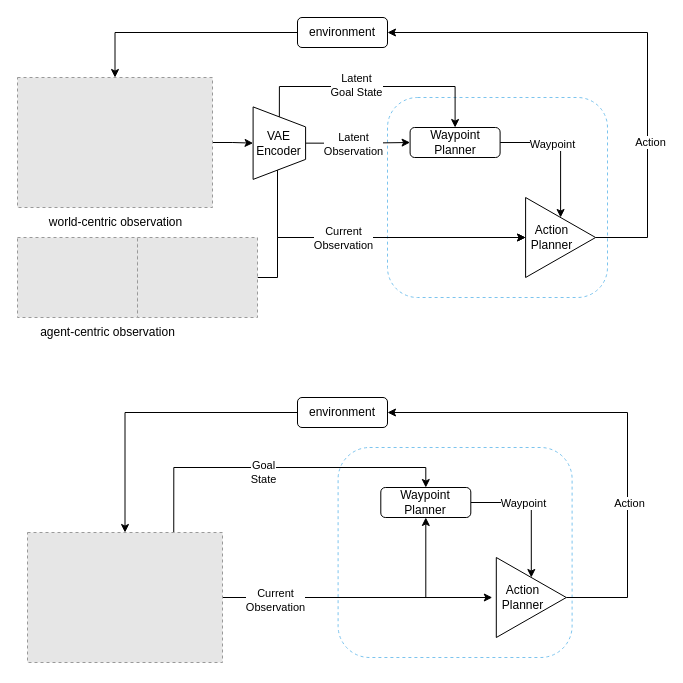
Earlier version of the draw.io diagram assets/latent_cfm.drawio (frankcholula/flow_planner). Source tidied: cells renumbered, new cells numbered last; positions are measured from the earlier drawing's top-left corner, leaving out a move shared by most shapes. Both pictures are drawn from the tidied source at 100%, with x=0, y=0 at pixel (17, 17). Pictures stored in the file or linked from it are replaced by grey dashed boxes.
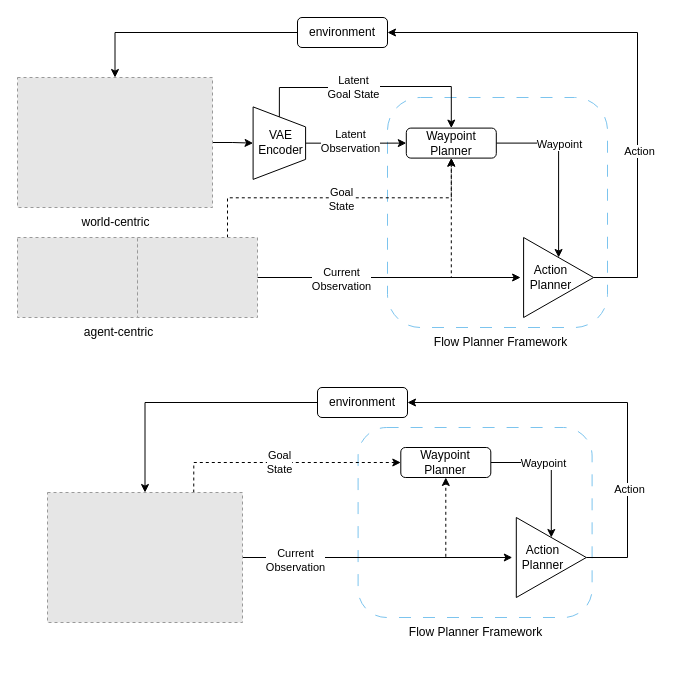
The same page after the edit.

Unchanged cells that the change refers to:
```xml
<mxCell id="6" value="environment" style="rounded=1;whiteSpace=wrap;html=1;" parent="1" vertex="1">
  <mxGeometry x="280" width="90" height="30" as="geometry" />
</mxCell>
<mxCell id="15" style="shape=trapezoid;perimeter=trapezoidPerimeter;whiteSpace=wrap;html=1;fixedSize=1;rotation=90;size=20;" parent="1" vertex="1">
  <mxGeometry x="225.6" y="99.4" width="72.5" height="52.5" as="geometry" />
</mxCell>
<mxCell id="24" style="fillColor=#E6E6E6;strokeColor=#999999;dashed=1;verticalLabelPosition=bottom;labelBackgroundColor=default;verticalAlign=top;" parent="1" vertex="1">
  <mxGeometry x="120" y="220" width="120" height="80" as="geometry" />
</mxCell>
```

What changed in the source:
```diff
@@
-    <mxCell id="2" style="rounded=1;whiteSpace=wrap;html=1;dashed=1;strokeColor=light-dark(#7CC4EE,#EDEDED);" parent="1" vertex="1">
-      <mxGeometry x="370" y="80" width="220" height="200" as="geometry" />
+    <mxCell id="2" style="rounded=1;whiteSpace=wrap;html=1;dashed=1;strokeColor=light-dark(#7CC4EE,#EDEDED);dashPattern=12 12;" parent="1" vertex="1">
+      <mxGeometry x="370" y="80" width="220" height="230" as="geometry" />
     </mxCell>
@@
     <mxCell id="7" style="edgeStyle=orthogonalEdgeStyle;rounded=0;jettySize=auto;html=1;exitX=1;exitY=0.5;exitDx=0;exitDy=0;entryX=1;entryY=0.5;entryDx=0;entryDy=0;" parent="1" edge="1" source="9" target="6">
       <mxGeometry relative="1" as="geometry">
         <Array as="points">
-          <mxPoint x="630" y="220" />
-          <mxPoint x="630" y="15" />
+          <mxPoint x="620" y="260" />
+          <mxPoint x="620" y="15" />
         </Array>
       </mxGeometry>
     </mxCell>
-    <mxCell id="8" value="Action" style="edgeLabel;html=1;align=center;verticalAlign=middle;" parent="7" vertex="1">
-      <mxGeometry x="-0.43" y="-2" relative="1" as="geometry" />
-    </mxCell>
+    <mxCell id="45" value="Action" style="edgeLabel;html=1;align=center;verticalAlign=middle;" parent="7" vertex="1">
+      <mxGeometry x="-0.37" y="-1" relative="1" as="geometry" />
+    </mxCell>
     <mxCell id="9" style="triangle;whiteSpace=wrap;html=1;" parent="1" vertex="1">
-      <mxGeometry x="508.1" y="180" width="70" height="80" as="geometry" />
+      <mxGeometry x="506.1" y="220" width="70" height="80" as="geometry" />
     </mxCell>
-    <mxCell id="10" style="edgeStyle=orthogonalEdgeStyle;rounded=0;jettySize=auto;html=1;exitX=0.5;exitY=0;exitDx=0;exitDy=0;" parent="1" edge="1" source="15" target="18">
-      <mxGeometry relative="1" as="geometry" />
-    </mxCell>
+    <mxCell id="46" style="edgeStyle=orthogonalEdgeStyle;rounded=0;jettySize=auto;html=1;exitX=0.5;exitY=0;exitDx=0;exitDy=0;" parent="1" edge="1" source="15" target="18">
+      <mxGeometry relative="1" as="geometry" />
+    </mxCell>
-    <mxCell id="11" value="Latent&lt;br&gt;Observation" style="edgeLabel;html=1;align=center;verticalAlign=middle;" parent="10" vertex="1">
-      <mxGeometry x="-0.11" y="-1" relative="1" as="geometry" />
+    <mxCell id="11" value="Latent&lt;br&gt;Observation" style="edgeLabel;html=1;align=center;verticalAlign=middle;" parent="46" vertex="1">
+      <mxGeometry x="-0.13" y="2" relative="1" as="geometry" />
     </mxCell>
-    <mxCell id="12" style="edgeStyle=orthogonalEdgeStyle;rounded=0;jettySize=auto;html=1;exitX=1;exitY=0.5;exitDx=0;exitDy=0;entryX=0;entryY=0.5;entryDx=0;entryDy=0;" parent="1" edge="1" source="15" target="9">
-      <mxGeometry relative="1" as="geometry">
-        <Array as="points">
-          <mxPoint x="260" y="152" />
-          <mxPoint x="260" y="220" />
-        </Array>
-      </mxGeometry>
-    </mxCell>
-    <mxCell id="13" style="edgeStyle=orthogonalEdgeStyle;rounded=0;jettySize=auto;html=1;exitX=0;exitY=0.5;exitDx=0;exitDy=0;entryX=0.5;entryY=0;entryDx=0;entryDy=0;" parent="1" edge="1" source="15" target="18">
-      <mxGeometry relative="1" as="geometry">
-        <Array as="points">
-          <mxPoint x="262" y="69" />
-          <mxPoint x="438" y="69" />
-        </Array>
-      </mxGeometry>
-    </mxCell>
+    <mxCell id="47" style="edgeStyle=orthogonalEdgeStyle;rounded=0;jettySize=auto;html=1;exitX=0;exitY=0.5;exitDx=0;exitDy=0;entryX=0.5;entryY=0;entryDx=0;entryDy=0;" parent="1" edge="1" source="15" target="18">
+      <mxGeometry relative="1" as="geometry">
+        <Array as="points">
+          <mxPoint x="262" y="70" />
+          <mxPoint x="338" y="70" />
+          <mxPoint x="338" y="69" />
+          <mxPoint x="434" y="69" />
+        </Array>
+      </mxGeometry>
+    </mxCell>
-    <mxCell id="14" value="Latent&lt;br&gt;Goal State" style="edgeLabel;html=1;align=center;verticalAlign=middle;" parent="13" vertex="1">
-      <mxGeometry x="-0.13" y="2" relative="1" as="geometry" />
+    <mxCell id="14" value="Latent&lt;br&gt;Goal State" style="edgeLabel;html=1;align=center;verticalAlign=middle;" parent="47" vertex="1">
+      <mxGeometry x="-0.13" y="3" relative="1" as="geometry" />
     </mxCell>
@@
     <mxCell id="18" value="Waypoint Planner" style="rounded=1;whiteSpace=wrap;html=1;" parent="1" vertex="1">
-      <mxGeometry x="392.6" y="110" width="90" height="30" as="geometry" />
+      <mxGeometry x="388.8" y="110.6" width="90" height="30" as="geometry" />
     </mxCell>
     <mxCell id="19" value="VAE&lt;br&gt;Encoder" style="text;html=1;align=center;verticalAlign=middle;strokeColor=none;fillColor=none;" parent="1" vertex="1">
-      <mxGeometry x="225.6" y="105.6" width="70" height="40" as="geometry" />
+      <mxGeometry x="228.1" y="105" width="70" height="40" as="geometry" />
     </mxCell>
-    <mxCell id="20" value="world-centric observation" style="text;html=1;align=center;verticalAlign=middle;strokeColor=none;fillColor=none;" parent="1" vertex="1">
-      <mxGeometry x="17.5" y="190" width="160" height="30" as="geometry" />
+    <mxCell id="20" value="world-centric" style="text;html=1;align=center;verticalAlign=middle;strokeColor=none;fillColor=none;" parent="1" vertex="1">
+      <mxGeometry x="52.5" y="190" width="90" height="30" as="geometry" />
     </mxCell>
@@
-    <mxCell id="22" style="edgeStyle=orthogonalEdgeStyle;rounded=0;jettySize=auto;html=1;exitX=1;exitY=0.5;exitDx=0;exitDy=0;entryX=0;entryY=0.5;entryDx=0;entryDy=0;" parent="1" edge="1" source="24" target="9">
-      <mxGeometry relative="1" as="geometry">
-        <Array as="points">
-          <mxPoint x="260" y="260" />
-          <mxPoint x="260" y="220" />
-        </Array>
-      </mxGeometry>
-    </mxCell>
+    <mxCell id="48" style="edgeStyle=orthogonalEdgeStyle;rounded=0;jettySize=auto;html=1;exitX=0.75;exitY=0;exitDx=0;exitDy=0;entryX=0.5;entryY=1;entryDx=0;entryDy=0;dashed=1;" parent="1" edge="1" source="24" target="18">
+      <mxGeometry relative="1" as="geometry" />
+    </mxCell>
+    <mxCell id="49" value="Goal&lt;br&gt;State" style="edgeLabel;html=1;align=center;verticalAlign=middle;" parent="48" vertex="1">
+      <mxGeometry x="0.01" y="-1" relative="1" as="geometry" />
+    </mxCell>
+    <mxCell id="50" style="edgeStyle=orthogonalEdgeStyle;rounded=0;jettySize=auto;html=1;exitX=1;exitY=0.5;exitDx=0;exitDy=0;dashed=1;" parent="1" edge="1" source="24" target="18">
+      <mxGeometry relative="1" as="geometry" />
+    </mxCell>
+    <mxCell id="51" style="edgeStyle=orthogonalEdgeStyle;rounded=0;jettySize=auto;html=1;exitX=1;exitY=0.5;exitDx=0;exitDy=0;" parent="1" edge="1" source="24" target="26">
+      <mxGeometry relative="1" as="geometry" />
+    </mxCell>
-    <mxCell id="23" value="Current&lt;br&gt;Observation" style="edgeLabel;html=1;align=center;verticalAlign=middle;" parent="22" vertex="1">
-      <mxGeometry x="0.26" relative="1" as="geometry">
-        <mxPoint x="-69" as="offset" />
-      </mxGeometry>
+    <mxCell id="23" value="Current&lt;br&gt;Observation" style="edgeLabel;html=1;align=center;verticalAlign=middle;" parent="51" vertex="1">
+      <mxGeometry x="-0.37" y="-1" relative="1" as="geometry" />
     </mxCell>
@@
-    <mxCell id="25" value="agent-centric observation" style="text;html=1;align=center;verticalAlign=middle;strokeColor=none;fillColor=none;" parent="1" vertex="1">
-      <mxGeometry x="10" y="300" width="160" height="30" as="geometry" />
+    <mxCell id="25" value="agent-centric" style="text;html=1;align=center;verticalAlign=middle;strokeColor=none;fillColor=none;" parent="1" vertex="1">
+      <mxGeometry x="56" y="300" width="90" height="30" as="geometry" />
     </mxCell>
     <mxCell id="26" value="Action&lt;br&gt;Planner" style="text;html=1;align=center;verticalAlign=middle;points=[];strokeColor=none;fillColor=none;" parent="1" vertex="1">
-      <mxGeometry x="504.1" y="200" width="60" height="40" as="geometry" />
+      <mxGeometry x="503.1" y="240" width="60" height="40" as="geometry" />
     </mxCell>
-    <mxCell id="27" style="edgeStyle=orthogonalEdgeStyle;rounded=0;orthogonalLoop=1;jettySize=auto;html=1;exitX=0.5;exitY=1;exitDx=0;exitDy=0;" parent="1" edge="1" source="2" target="2">
-      <mxGeometry relative="1" as="geometry" />
+    <mxCell id="27" style="edgeStyle=orthogonalEdgeStyle;rounded=0;orthogonalLoop=1;jettySize=auto;html=1;exitX=0.5;exitY=1;exitDx=0;exitDy=0;" parent="1" edge="1">
+      <mxGeometry relative="1" as="geometry">
+        <mxPoint x="480" y="289" as="sourcePoint" />
+        <mxPoint x="480" y="289" as="targetPoint" />
+      </mxGeometry>
     </mxCell>
-    <mxCell id="28" style="rounded=1;whiteSpace=wrap;html=1;dashed=1;strokeColor=light-dark(#7CC4EE,#EDEDED);" parent="1" vertex="1">
-      <mxGeometry x="320.6" y="430" width="234" height="210" as="geometry" />
+    <mxCell id="28" style="rounded=1;whiteSpace=wrap;html=1;dashed=1;strokeColor=light-dark(#7CC4EE,#EDEDED);dashPattern=12 12;" parent="1" vertex="1">
+      <mxGeometry x="340.6" y="410" width="234" height="190" as="geometry" />
     </mxCell>
@@
     <mxCell id="30" value="environment" style="rounded=1;whiteSpace=wrap;html=1;" parent="1" vertex="1">
-      <mxGeometry x="280" y="380" width="90" height="30" as="geometry" />
+      <mxGeometry x="300" y="370" width="90" height="30" as="geometry" />
     </mxCell>
     <mxCell id="31" style="edgeStyle=orthogonalEdgeStyle;rounded=0;jettySize=auto;html=1;exitX=1;exitY=0.5;exitDx=0;exitDy=0;entryX=1;entryY=0.5;entryDx=0;entryDy=0;" parent="1" edge="1" source="33" target="30">
       <mxGeometry relative="1" as="geometry">
         <Array as="points">
-          <mxPoint x="610" y="580" />
-          <mxPoint x="610" y="395" />
+          <mxPoint x="610" y="540" />
+          <mxPoint x="610" y="385" />
         </Array>
       </mxGeometry>
     </mxCell>
-    <mxCell id="32" value="Action" style="edgeLabel;html=1;align=center;verticalAlign=middle;" parent="31" vertex="1">
-      <mxGeometry x="-0.29" y="-1" relative="1" as="geometry">
-        <mxPoint y="17" as="offset" />
-      </mxGeometry>
-    </mxCell>
+    <mxCell id="52" value="&lt;div&gt;Action&lt;/div&gt;" style="edgeLabel;html=1;align=center;verticalAlign=middle;" parent="31" vertex="1">
+      <mxGeometry x="-0.47" y="-1" relative="1" as="geometry" />
+    </mxCell>
     <mxCell id="33" style="triangle;whiteSpace=wrap;html=1;" parent="1" vertex="1">
-      <mxGeometry x="478.8" y="540" width="70" height="80" as="geometry" />
+      <mxGeometry x="498.8" y="500" width="70" height="80" as="geometry" />
     </mxCell>
@@
     <mxCell id="36" value="Waypoint Planner" style="rounded=1;whiteSpace=wrap;html=1;" parent="1" vertex="1">
-      <mxGeometry x="363.3" y="470" width="90" height="30" as="geometry" />
+      <mxGeometry x="383.3" y="430" width="90" height="30" as="geometry" />
     </mxCell>
-    <mxCell id="37" style="edgeStyle=orthogonalEdgeStyle;rounded=0;jettySize=auto;html=1;exitX=0.75;exitY=0;exitDx=0;exitDy=0;entryX=0.5;entryY=0;entryDx=0;entryDy=0;" parent="1" edge="1" source="42" target="36">
-      <mxGeometry relative="1" as="geometry" />
-    </mxCell>
-    <mxCell id="38" value="Goal&lt;br&gt;State" style="edgeLabel;html=1;align=center;verticalAlign=middle;" parent="37" vertex="1">
-      <mxGeometry x="-0.11" y="-4" relative="1" as="geometry">
-        <mxPoint x="4" as="offset" />
-      </mxGeometry>
-    </mxCell>
@@
-    <mxCell id="40" style="edgeStyle=orthogonalEdgeStyle;rounded=0;jettySize=auto;html=1;exitX=1;exitY=0.5;exitDx=0;exitDy=0;entryX=0.5;entryY=1;entryDx=0;entryDy=0;" parent="1" edge="1" source="42" target="36">
+    <mxCell id="40" style="edgeStyle=orthogonalEdgeStyle;rounded=0;jettySize=auto;html=1;exitX=1;exitY=0.5;exitDx=0;exitDy=0;entryX=0.5;entryY=1;entryDx=0;entryDy=0;dashed=1;" parent="1" edge="1" source="42" target="36">
       <mxGeometry relative="1" as="geometry" />
     </mxCell>
@@
+    <mxCell id="37" style="edgeStyle=orthogonalEdgeStyle;rounded=0;jettySize=auto;html=1;exitX=0.75;exitY=0;exitDx=0;exitDy=0;entryX=0;entryY=0.5;entryDx=0;entryDy=0;dashed=1;" parent="1" edge="1" source="42" target="36">
+      <mxGeometry relative="1" as="geometry" />
+    </mxCell>
+    <mxCell id="53" value="Goal&lt;br&gt;State" style="edgeLabel;html=1;align=center;verticalAlign=middle;" parent="37" vertex="1">
+      <mxGeometry x="-0.04" y="1" relative="1" as="geometry">
+        <mxPoint x="1" as="offset" />
+      </mxGeometry>
+    </mxCell>
     <mxCell id="42" style="fillColor=#E6E6E6;strokeColor=#999999;dashed=1;verticalLabelPosition=bottom;labelBackgroundColor=default;verticalAlign=top;" parent="1" vertex="1">
-      <mxGeometry x="10" y="515" width="195" height="130" as="geometry" />
+      <mxGeometry x="30" y="475" width="195" height="130" as="geometry" />
     </mxCell>
     <mxCell id="43" value="Action&lt;br&gt;Planner" style="text;html=1;align=center;verticalAlign=middle;points=[];strokeColor=none;fillColor=none;" parent="1" vertex="1">
-      <mxGeometry x="474.8" y="560" width="60" height="40" as="geometry" />
+      <mxGeometry x="494.8" y="520" width="60" height="40" as="geometry" />
     </mxCell>
@@
+    <mxCell id="54" value="Flow Planner Framework" style="text;html=1;align=center;verticalAlign=middle;strokeColor=none;fillColor=none;" parent="1" vertex="1">
+      <mxGeometry x="377.6" y="600" width="160" height="30" as="geometry" />
+    </mxCell>
+    <mxCell id="55" value="Flow Planner Framework" style="text;html=1;align=center;verticalAlign=middle;strokeColor=none;fillColor=none;" parent="1" vertex="1">
+      <mxGeometry x="403.1" y="310" width="160" height="30" as="geometry" />
+    </mxCell>
```
